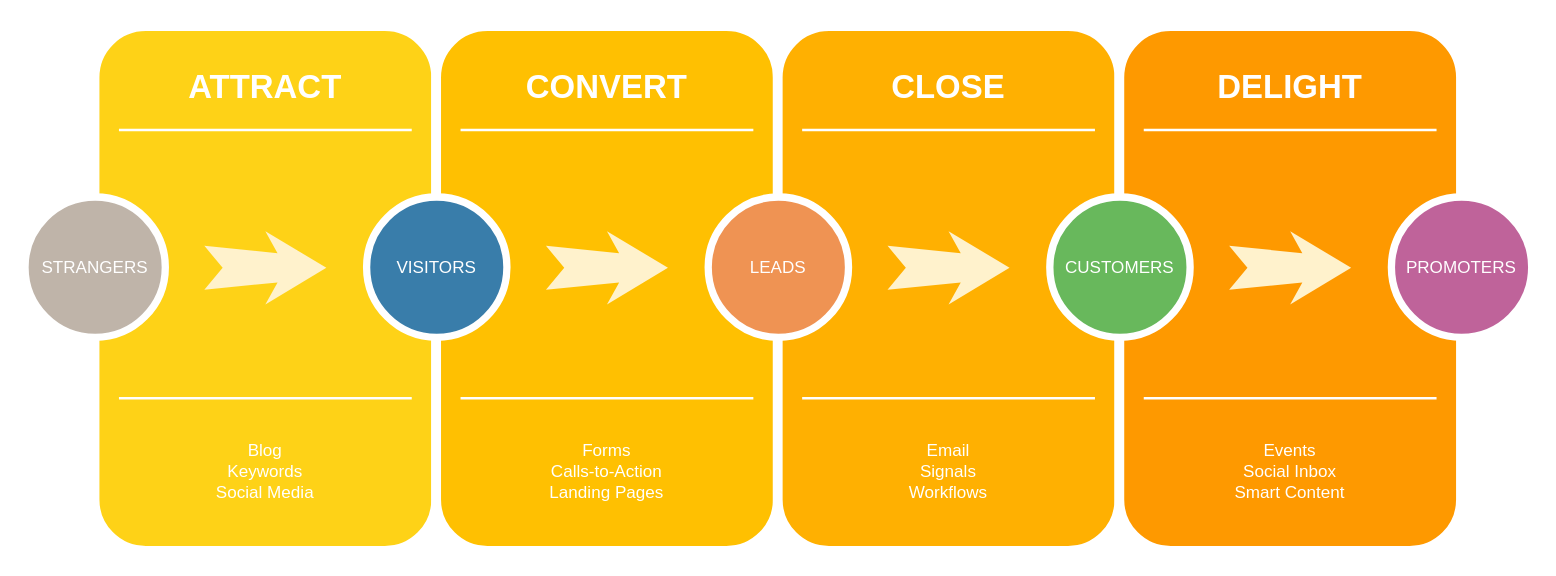
Before: Untitled Diagram.drawio in nagrgkgc/gift_with_purchase, a draw.io diagram. Source tidied: cells renumbered, new cells numbered last; positions are measured from the earlier drawing's top-left corner, leaving out a move shared by most shapes. Both pictures are drawn from the tidied source at 122%, with x=0, y=0 at pixel (24, 26).
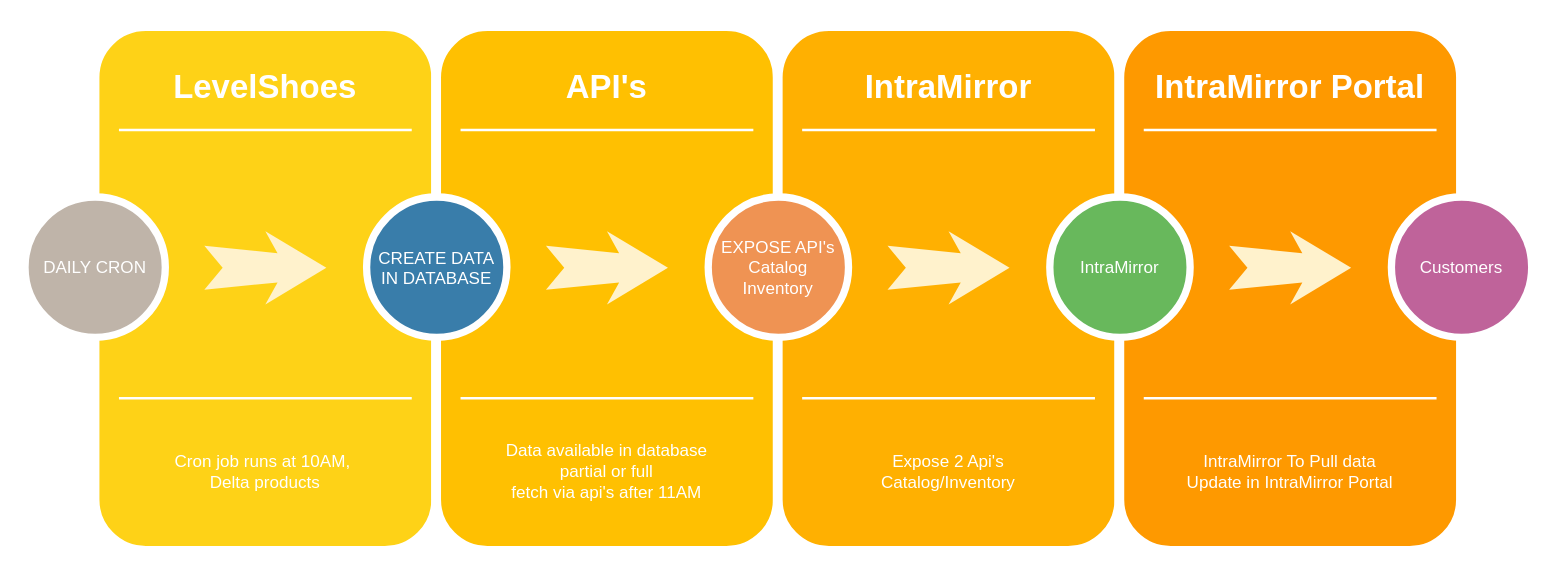
The same page after the edit.

Commit message:
IntraMirror_Flow

Diff of the diagram source:
```diff
@@
-    <mxCell id="3" value="ATTRACT" style="text;html=1;strokeColor=none;fillColor=none;align=center;verticalAlign=middle;whiteSpace=wrap;rounded=0;shadow=0;fontSize=27;fontColor=#FFFFFF;fontStyle=1;" parent="1" vertex="1">
+    <mxCell id="3" value="LevelShoes" style="text;html=1;strokeColor=none;fillColor=none;align=center;verticalAlign=middle;whiteSpace=wrap;rounded=0;shadow=0;fontSize=27;fontColor=#FFFFFF;fontStyle=1;" parent="1" vertex="1">
       <mxGeometry x="57" y="20" width="280" height="60" as="geometry" />
     </mxCell>
-    <mxCell id="4" value="Blog&lt;div&gt;Keywords&lt;/div&gt;&lt;div&gt;Social Media&lt;/div&gt;" style="text;html=1;strokeColor=none;fillColor=none;align=center;verticalAlign=middle;whiteSpace=wrap;rounded=0;shadow=0;fontSize=14;fontColor=#FFFFFF;" parent="1" vertex="1">
+    <mxCell id="4" value="Cron job runs at 10AM,&amp;nbsp;&lt;br&gt;Delta products" style="text;html=1;strokeColor=none;fillColor=none;align=center;verticalAlign=middle;whiteSpace=wrap;rounded=0;shadow=0;fontSize=14;fontColor=#FFFFFF;" parent="1" vertex="1">
       <mxGeometry x="57" y="320" width="280" height="90" as="geometry" />
     </mxCell>
@@
-    <mxCell id="7" value="STRANGERS" style="ellipse;whiteSpace=wrap;html=1;rounded=0;shadow=0;strokeWidth=6;fontSize=14;align=center;fillColor=#BFB4A9;strokeColor=#FFFFFF;fontColor=#FFFFFF;" parent="1" vertex="1">
+    <mxCell id="7" value="DAILY CRON" style="ellipse;whiteSpace=wrap;html=1;rounded=0;shadow=0;strokeWidth=6;fontSize=14;align=center;fillColor=#BFB4A9;strokeColor=#FFFFFF;fontColor=#FFFFFF;" parent="1" vertex="1">
       <mxGeometry y="140" width="115" height="115" as="geometry" />
     </mxCell>
@@
-    <mxCell id="10" value="CONVERT" style="text;html=1;strokeColor=none;fillColor=none;align=center;verticalAlign=middle;whiteSpace=wrap;rounded=0;shadow=0;fontSize=27;fontColor=#FFFFFF;fontStyle=1;" parent="1" vertex="1">
+    <mxCell id="10" value="API's" style="text;html=1;strokeColor=none;fillColor=none;align=center;verticalAlign=middle;whiteSpace=wrap;rounded=0;shadow=0;fontSize=27;fontColor=#FFFFFF;fontStyle=1;" parent="1" vertex="1">
       <mxGeometry x="337" y="20" width="280" height="60" as="geometry" />
     </mxCell>
-    <mxCell id="11" value="Forms&lt;div&gt;Calls-to-Action&lt;/div&gt;&lt;div&gt;Landing Pages&lt;/div&gt;" style="text;html=1;strokeColor=none;fillColor=none;align=center;verticalAlign=middle;whiteSpace=wrap;rounded=0;shadow=0;fontSize=14;fontColor=#FFFFFF;" parent="1" vertex="1">
+    <mxCell id="11" value="Data available in database&lt;br&gt;partial or full&lt;br&gt;fetch via api's after 11AM" style="text;html=1;strokeColor=none;fillColor=none;align=center;verticalAlign=middle;whiteSpace=wrap;rounded=0;shadow=0;fontSize=14;fontColor=#FFFFFF;" parent="1" vertex="1">
       <mxGeometry x="337" y="320" width="280" height="90" as="geometry" />
     </mxCell>
@@
-    <mxCell id="14" value="VISITORS" style="ellipse;whiteSpace=wrap;html=1;rounded=0;shadow=0;strokeWidth=6;fontSize=14;align=center;fillColor=#397DAA;strokeColor=#FFFFFF;fontColor=#FFFFFF;" parent="1" vertex="1">
+    <mxCell id="14" value="CREATE DATA&lt;br&gt;IN DATABASE" style="ellipse;whiteSpace=wrap;html=1;rounded=0;shadow=0;strokeWidth=6;fontSize=14;align=center;fillColor=#397DAA;strokeColor=#FFFFFF;fontColor=#FFFFFF;" parent="1" vertex="1">
       <mxGeometry x="280" y="140" width="115" height="115" as="geometry" />
     </mxCell>
@@
-    <mxCell id="17" value="CLOSE" style="text;html=1;strokeColor=none;fillColor=none;align=center;verticalAlign=middle;whiteSpace=wrap;rounded=0;shadow=0;fontSize=27;fontColor=#FFFFFF;fontStyle=1;" parent="1" vertex="1">
+    <mxCell id="17" value="IntraMirror" style="text;html=1;strokeColor=none;fillColor=none;align=center;verticalAlign=middle;whiteSpace=wrap;rounded=0;shadow=0;fontSize=27;fontColor=#FFFFFF;fontStyle=1;" parent="1" vertex="1">
       <mxGeometry x="617" y="20" width="280" height="60" as="geometry" />
     </mxCell>
-    <mxCell id="18" value="Email&lt;div&gt;Signals&lt;/div&gt;&lt;div&gt;Workflows&lt;/div&gt;" style="text;html=1;strokeColor=none;fillColor=none;align=center;verticalAlign=middle;whiteSpace=wrap;rounded=0;shadow=0;fontSize=14;fontColor=#FFFFFF;" parent="1" vertex="1">
+    <mxCell id="18" value="Expose 2 Api's&lt;br&gt;Catalog/Inventory" style="text;html=1;strokeColor=none;fillColor=none;align=center;verticalAlign=middle;whiteSpace=wrap;rounded=0;shadow=0;fontSize=14;fontColor=#FFFFFF;" parent="1" vertex="1">
       <mxGeometry x="617" y="320" width="280" height="90" as="geometry" />
     </mxCell>
@@
-    <mxCell id="21" value="LEADS" style="ellipse;whiteSpace=wrap;html=1;rounded=0;shadow=0;strokeWidth=6;fontSize=14;align=center;fillColor=#EF9353;strokeColor=#FFFFFF;fontColor=#FFFFFF;" parent="1" vertex="1">
+    <mxCell id="21" value="EXPOSE API's&lt;br&gt;Catalog&lt;br&gt;Inventory" style="ellipse;whiteSpace=wrap;html=1;rounded=0;shadow=0;strokeWidth=6;fontSize=14;align=center;fillColor=#EF9353;strokeColor=#FFFFFF;fontColor=#FFFFFF;" parent="1" vertex="1">
       <mxGeometry x="560" y="140" width="115" height="115" as="geometry" />
     </mxCell>
@@
-    <mxCell id="24" value="DELIGHT" style="text;html=1;strokeColor=none;fillColor=none;align=center;verticalAlign=middle;whiteSpace=wrap;rounded=0;shadow=0;fontSize=27;fontColor=#FFFFFF;fontStyle=1;" parent="1" vertex="1">
+    <mxCell id="24" value="IntraMirror Portal" style="text;html=1;strokeColor=none;fillColor=none;align=center;verticalAlign=middle;whiteSpace=wrap;rounded=0;shadow=0;fontSize=27;fontColor=#FFFFFF;fontStyle=1;" parent="1" vertex="1">
       <mxGeometry x="897" y="20" width="280" height="60" as="geometry" />
     </mxCell>
-    <mxCell id="25" value="Events&lt;div&gt;Social Inbox&lt;/div&gt;&lt;div&gt;Smart Content&lt;/div&gt;" style="text;html=1;strokeColor=none;fillColor=none;align=center;verticalAlign=middle;whiteSpace=wrap;rounded=0;shadow=0;fontSize=14;fontColor=#FFFFFF;" parent="1" vertex="1">
+    <mxCell id="25" value="IntraMirror To Pull data&lt;br&gt;Update in IntraMirror Portal" style="text;html=1;strokeColor=none;fillColor=none;align=center;verticalAlign=middle;whiteSpace=wrap;rounded=0;shadow=0;fontSize=14;fontColor=#FFFFFF;" parent="1" vertex="1">
       <mxGeometry x="897" y="320" width="280" height="90" as="geometry" />
     </mxCell>
@@
-    <mxCell id="28" value="CUSTOMERS" style="ellipse;whiteSpace=wrap;html=1;rounded=0;shadow=0;strokeWidth=6;fontSize=14;align=center;fillColor=#68B85C;strokeColor=#FFFFFF;fontColor=#FFFFFF;" parent="1" vertex="1">
+    <mxCell id="28" value="IntraMirror" style="ellipse;whiteSpace=wrap;html=1;rounded=0;shadow=0;strokeWidth=6;fontSize=14;align=center;fillColor=#68B85C;strokeColor=#FFFFFF;fontColor=#FFFFFF;" parent="1" vertex="1">
       <mxGeometry x="840" y="140" width="115" height="115" as="geometry" />
     </mxCell>
@@
-    <mxCell id="30" value="PROMOTERS" style="ellipse;whiteSpace=wrap;html=1;rounded=0;shadow=0;strokeWidth=6;fontSize=14;align=center;fillColor=#BF639A;strokeColor=#FFFFFF;fontColor=#FFFFFF;" parent="1" vertex="1">
+    <mxCell id="30" value="Customers" style="ellipse;whiteSpace=wrap;html=1;rounded=0;shadow=0;strokeWidth=6;fontSize=14;align=center;fillColor=#BF639A;strokeColor=#FFFFFF;fontColor=#FFFFFF;" parent="1" vertex="1">
       <mxGeometry x="1120" y="140" width="115" height="115" as="geometry" />
     </mxCell>
```
